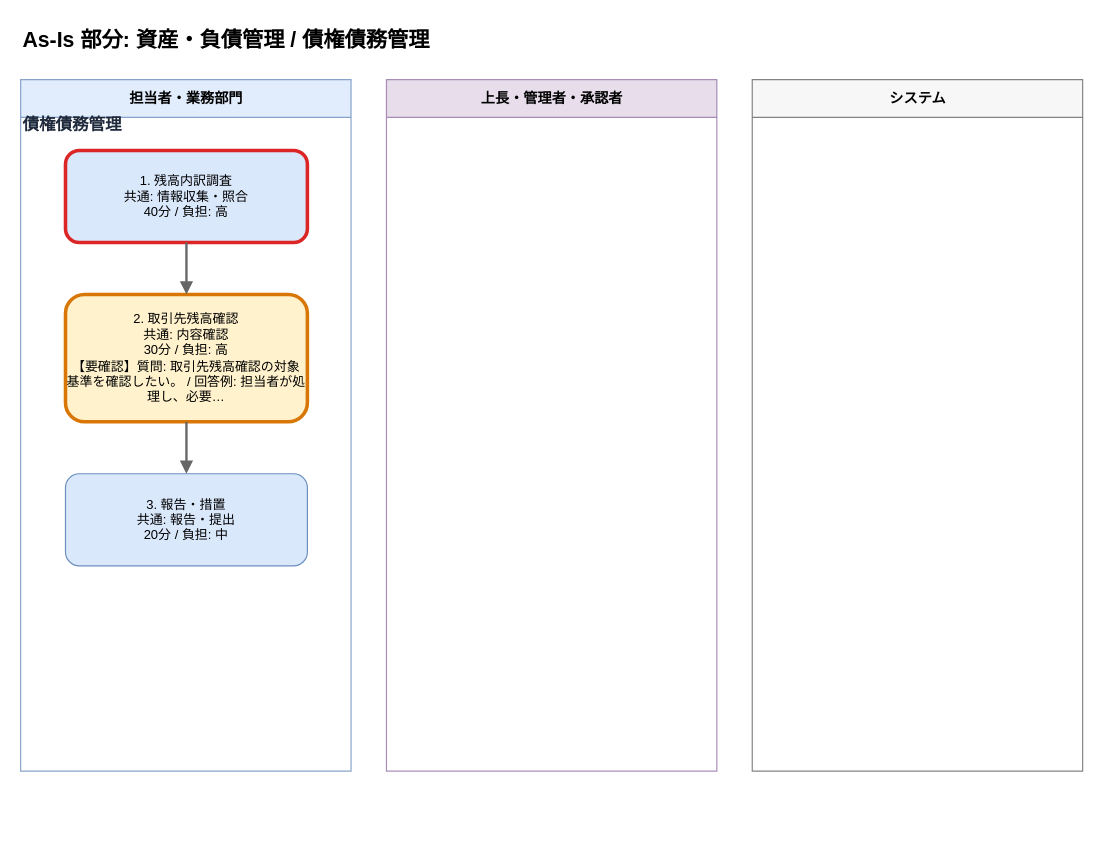
Above: output/flows/asis_資産_負債管理__債権債務管理_20260608.drawio in Toshiki811/ai-business-analysis-heatmap (draw.io), before the change. Source tidied: cells renumbered, new cells numbered last; positions are measured from the earlier drawing's top-left corner, leaving out a move shared by most shapes. Both pictures are drawn from the tidied source at 118%, with x=0, y=0 at pixel (20, 20).
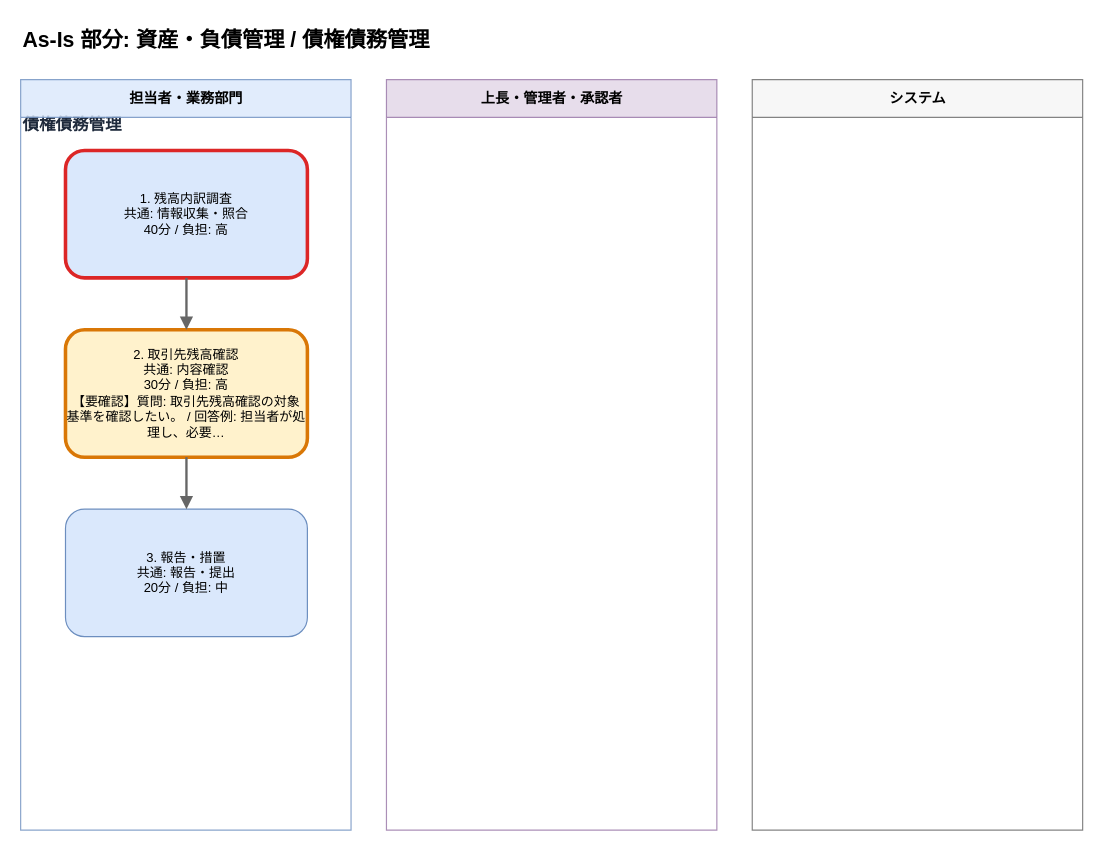
After the change.

Diff of the diagram source:
```diff
@@
 <mxGraphModel>
   <root>
     <mxCell id="0" />
     <mxCell id="1" parent="0" />
+    <mxCell id="6" value="債権債務管理" style="text;html=1;strokeColor=none;fillColor=none;align=left;verticalAlign=middle;whiteSpace=wrap;fontSize=14;fontStyle=1;fontColor=#1e293b;" parent="1" vertex="1">
+      <mxGeometry y="76" width="860" height="24" as="geometry" />
+    </mxCell>
     <mxCell id="2" value="As-Is 部分: 資産・負債管理 / 債権債務管理" style="text;html=1;strokeColor=none;fillColor=none;align=left;fontSize=18;fontStyle=1;" parent="1" vertex="1">
       <mxGeometry width="880" height="30" as="geometry" />
     </mxCell>
     <mxCell id="3" value="担当者・業務部門" style="swimlane;horizontal=1;startSize=32;html=1;fillColor=#dae8fc;strokeColor=#6c8ebf;fontSize=12;fontStyle=1;opacity=80;" parent="1" vertex="1">
-      <mxGeometry y="50" width="280" height="586" as="geometry" />
+      <mxGeometry y="50" width="280" height="636" as="geometry" />
     </mxCell>
     <mxCell id="4" value="上長・管理者・承認者" style="swimlane;horizontal=1;startSize=32;html=1;fillColor=#e1d5e7;strokeColor=#9673a6;fontSize=12;fontStyle=1;opacity=80;" parent="1" vertex="1">
-      <mxGeometry x="310" y="50" width="280" height="586" as="geometry" />
+      <mxGeometry x="310" y="50" width="280" height="636" as="geometry" />
     </mxCell>
     <mxCell id="5" value="システム" style="swimlane;horizontal=1;startSize=32;html=1;fillColor=#f5f5f5;strokeColor=#666666;fontSize=12;fontStyle=1;opacity=80;" parent="1" vertex="1">
-      <mxGeometry x="620" y="50" width="280" height="586" as="geometry" />
+      <mxGeometry x="620" y="50" width="280" height="636" as="geometry" />
     </mxCell>
-    <mxCell id="6" value="債権債務管理" style="text;html=1;strokeColor=none;fillColor=none;align=left;verticalAlign=middle;whiteSpace=wrap;fontSize=14;fontStyle=1;fontColor=#1e293b;" parent="1" vertex="1">
-      <mxGeometry y="76" width="860" height="24" as="geometry" />
-    </mxCell>
     <mxCell id="7" value="1. 残高内訳調査&#10;共通: 情報収集・照合&#10;40分 / 負担: 高" style="rounded=1;whiteSpace=wrap;html=1;fillColor=#dae8fc;strokeColor=#dc2626;strokeWidth=3;fontSize=11;fontColor=#000000;" parent="1" vertex="1">
-      <mxGeometry x="38" y="110" width="205" height="78" as="geometry" />
+      <mxGeometry x="38" y="110" width="205" height="108" as="geometry" />
     </mxCell>
     <mxCell id="8" value="2. 取引先残高確認&#10;共通: 内容確認&#10;30分 / 負担: 高&#10;【要確認】質問: 取引先残高確認の対象基準を確認したい。 / 回答例: 担当者が処理し、必要…" style="rounded=1;whiteSpace=wrap;html=1;fillColor=#fff2cc;strokeColor=#d97706;strokeWidth=3;fontSize=11;fontColor=#000000;" parent="1" vertex="1">
-      <mxGeometry x="38" y="232" width="205" height="108" as="geometry" />
+      <mxGeometry x="38" y="262" width="205" height="108" as="geometry" />
     </mxCell>
+    <mxCell id="10" value="3. 報告・措置&#10;共通: 報告・提出&#10;20分 / 負担: 中" style="rounded=1;whiteSpace=wrap;html=1;fillColor=#dae8fc;strokeColor=#6c8ebf;strokeWidth=1;fontSize=11;fontColor=#000000;" parent="1" vertex="1">
+      <mxGeometry x="38" y="414" width="205" height="108" as="geometry" />
+    </mxCell>
-    <mxCell id="9" style="edgeStyle=orthogonalEdgeStyle;rounded=0;html=1;strokeColor=#666666;strokeWidth=2;endArrow=block;endFill=1;" parent="1" edge="1" source="7" target="8">
+    <mxCell id="9" style="edgeStyle=orthogonalEdgeStyle;rounded=0;html=1;strokeColor=#666666;strokeWidth=2;endArrow=block;endFill=1;fontSize=11;fontColor=#1f2937;" parent="1" edge="1" source="7" target="8">
       <mxGeometry relative="1" as="geometry" />
     </mxCell>
-    <mxCell id="10" value="3. 報告・措置&#10;共通: 報告・提出&#10;20分 / 負担: 中" style="rounded=1;whiteSpace=wrap;html=1;fillColor=#dae8fc;strokeColor=#6c8ebf;strokeWidth=1;fontSize=11;fontColor=#000000;" parent="1" vertex="1">
-      <mxGeometry x="38" y="384" width="205" height="78" as="geometry" />
-    </mxCell>
-    <mxCell id="11" style="edgeStyle=orthogonalEdgeStyle;rounded=0;html=1;strokeColor=#666666;strokeWidth=2;endArrow=block;endFill=1;" parent="1" edge="1" source="8" target="10">
+    <mxCell id="11" style="edgeStyle=orthogonalEdgeStyle;rounded=0;html=1;strokeColor=#666666;strokeWidth=2;endArrow=block;endFill=1;fontSize=11;fontColor=#1f2937;" parent="1" edge="1" source="8" target="10">
       <mxGeometry relative="1" as="geometry" />
     </mxCell>
   </root>
 </mxGraphModel>
```
